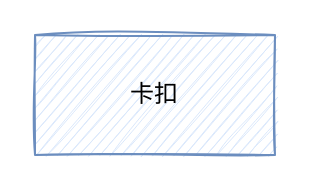
leizhuang1332/imgurl keeps this draw.io diagram as 未命名绘图.drawio. Above is the earlier version. Source tidied: cells renumbered, new cells numbered last; positions are measured from the earlier drawing's top-left corner, leaving out a move shared by most shapes. Both pictures are drawn from the tidied source at 200%, with x=0, y=0 at pixel (34, 34).
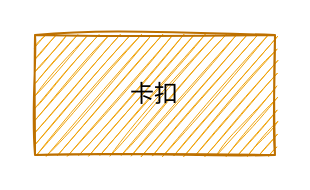
After the change.

Commit message:
更新未命名绘图.drawio

Change to the diagram source:
```diff
@@
 <mxGraphModel>
   <root>
     <mxCell id="0" />
     <mxCell id="1" parent="0" />
-    <mxCell id="2" value="卡扣" style="rounded=0;whiteSpace=wrap;html=1;sketch=1;fillColor=#dae8fc;strokeColor=#6c8ebf;" parent="1" vertex="1">
+    <mxCell id="2" value="卡扣" style="rounded=0;whiteSpace=wrap;html=1;sketch=1;fillColor=#f0a30a;strokeColor=#BD7000;fontColor=#000000;" parent="1" vertex="1">
       <mxGeometry width="120" height="60" as="geometry" />
     </mxCell>
   </root>
 </mxGraphModel>
```
